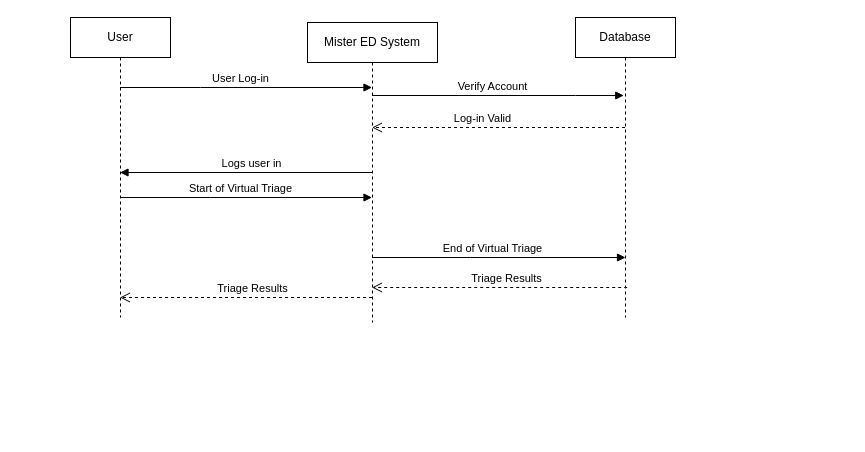
Before: Untitled Diagram.drawio in uvic-teach/project-m1-team8, a draw.io diagram. Source tidied: cells renumbered, new cells numbered last; positions are measured from the earlier drawing's top-left corner, leaving out a move shared by most shapes. Both pictures are drawn from the tidied source at 100%, with x=0, y=0 at pixel (56, 17).
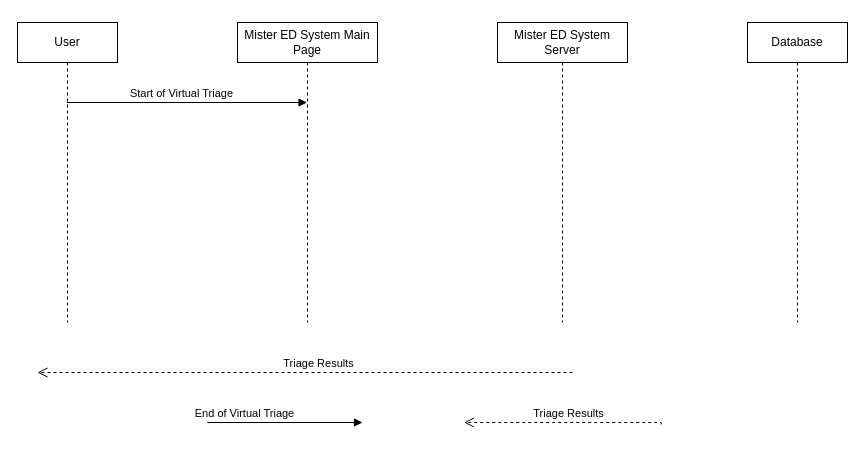
Above is the later version.

What changed in the source:
```diff
@@
-    <mxCell id="2" value="User Log-in" style="html=1;verticalAlign=bottom;endArrow=block;edgeStyle=elbowEdgeStyle;elbow=vertical;curved=0;rounded=0;" parent="1" edge="1" source="8" target="7">
-      <mxGeometry x="-0.05" relative="1" as="geometry">
-        <Array as="points">
-          <mxPoint x="144" y="70" />
-        </Array>
-      </mxGeometry>
-    </mxCell>
-    <mxCell id="3" value="Log-in Valid" style="html=1;verticalAlign=bottom;endArrow=open;dashed=1;endSize=8;edgeStyle=elbowEdgeStyle;elbow=vertical;curved=0;rounded=0;" parent="1" edge="1" source="9" target="7">
-      <mxGeometry x="0.13" relative="1" as="geometry">
-        <Array as="points">
-          <mxPoint x="514" y="110" />
-        </Array>
-      </mxGeometry>
-    </mxCell>
-    <mxCell id="4" value="Logs user in" style="html=1;verticalAlign=bottom;endArrow=block;edgeStyle=elbowEdgeStyle;elbow=vertical;curved=0;rounded=0;" parent="1" edge="1" source="7" target="8">
-      <mxGeometry x="-0.04" relative="1" as="geometry">
-        <Array as="points">
-          <mxPoint x="264" y="125" />
-        </Array>
-      </mxGeometry>
-    </mxCell>
-    <mxCell id="5" value="Triage Results" style="html=1;verticalAlign=bottom;endArrow=open;dashed=1;endSize=8;edgeStyle=elbowEdgeStyle;elbow=vertical;curved=0;rounded=0;exitX=0.517;exitY=0.9;exitDx=0;exitDy=0;exitPerimeter=0;" parent="1" edge="1" source="9" target="7">
+    <mxCell id="5" value="Triage Results" style="html=1;verticalAlign=bottom;endArrow=open;dashed=1;endSize=8;edgeStyle=elbowEdgeStyle;elbow=vertical;curved=0;rounded=0;exitX=0.517;exitY=0.9;exitDx=0;exitDy=0;exitPerimeter=0;" parent="1" edge="1">
       <mxGeometry x="-0.05" relative="1" as="geometry">
+        <mxPoint x="604.7" y="407" as="sourcePoint" />
+        <mxPoint x="407.5" y="405" as="targetPoint" />
         <Array as="points">
-          <mxPoint x="349" y="270" />
-          <mxPoint x="219" y="310" />
+          <mxPoint x="271" y="405" />
+          <mxPoint x="141" y="445" />
         </Array>
       </mxGeometry>
     </mxCell>
-    <mxCell id="6" value="Start of Virtual Triage" style="html=1;verticalAlign=bottom;endArrow=block;edgeStyle=elbowEdgeStyle;elbow=vertical;curved=0;rounded=0;" parent="1" edge="1" source="8" target="7">
+    <mxCell id="6" value="Start of Virtual Triage" style="html=1;verticalAlign=bottom;endArrow=block;edgeStyle=elbowEdgeStyle;elbow=vertical;curved=0;rounded=0;" parent="1" edge="1" source="8" target="13">
       <mxGeometry x="-0.05" relative="1" as="geometry">
         <Array as="points">
-          <mxPoint x="154" y="180" />
+          <mxPoint x="81.5" y="85" />
         </Array>
       </mxGeometry>
     </mxCell>
-    <mxCell id="7" value="Mister ED System" style="shape=umlLifeline;perimeter=lifelinePerimeter;whiteSpace=wrap;html=1;outlineConnect=0;portConstraint=eastwest;newEdgeStyle={&quot;edgeStyle&quot;:&quot;elbowEdgeStyle&quot;,&quot;elbow&quot;:&quot;vertical&quot;,&quot;curved&quot;:0,&quot;rounded&quot;:0};" parent="1" vertex="1">
-      <mxGeometry x="251" y="5" width="130" height="300" as="geometry" />
+    <mxCell id="7" value="Mister ED System Server" style="shape=umlLifeline;perimeter=lifelinePerimeter;whiteSpace=wrap;html=1;outlineConnect=0;portConstraint=eastwest;newEdgeStyle={&quot;edgeStyle&quot;:&quot;elbowEdgeStyle&quot;,&quot;elbow&quot;:&quot;vertical&quot;,&quot;curved&quot;:0,&quot;rounded&quot;:0};" parent="1" vertex="1">
+      <mxGeometry x="441" y="5" width="130" height="300" as="geometry" />
     </mxCell>
     <mxCell id="8" value="User" style="shape=umlLifeline;perimeter=lifelinePerimeter;whiteSpace=wrap;html=1;outlineConnect=0;portConstraint=eastwest;newEdgeStyle={&quot;edgeStyle&quot;:&quot;elbowEdgeStyle&quot;,&quot;elbow&quot;:&quot;vertical&quot;,&quot;curved&quot;:0,&quot;rounded&quot;:0};" parent="1" vertex="1">
-      <mxGeometry x="14" width="100" height="300" as="geometry" />
+      <mxGeometry x="-39" y="5" width="100" height="300" as="geometry" />
     </mxCell>
     <mxCell id="9" value="Database" style="shape=umlLifeline;perimeter=lifelinePerimeter;whiteSpace=wrap;html=1;outlineConnect=0;portConstraint=eastwest;newEdgeStyle={&quot;edgeStyle&quot;:&quot;elbowEdgeStyle&quot;,&quot;elbow&quot;:&quot;vertical&quot;,&quot;curved&quot;:0,&quot;rounded&quot;:0};" parent="1" vertex="1">
-      <mxGeometry x="519" width="100" height="300" as="geometry" />
+      <mxGeometry x="691" y="5" width="100" height="300" as="geometry" />
     </mxCell>
-    <mxCell id="10" value="Verify Account" style="html=1;verticalAlign=bottom;endArrow=block;edgeStyle=elbowEdgeStyle;elbow=vertical;curved=0;rounded=0;entryX=0.483;entryY=0.26;entryDx=0;entryDy=0;entryPerimeter=0;" parent="1" edge="1" source="7" target="9">
-      <mxGeometry x="-0.05" relative="1" as="geometry">
-        <Array as="points">
-          <mxPoint x="519" y="78" />
-        </Array>
-      </mxGeometry>
-    </mxCell>
-    <mxCell id="11" value="End of Virtual Triage" style="html=1;verticalAlign=bottom;endArrow=block;edgeStyle=elbowEdgeStyle;elbow=vertical;curved=0;rounded=0;" parent="1" edge="1" source="7">
+    <mxCell id="11" value="End of Virtual Triage" style="html=1;verticalAlign=bottom;endArrow=block;edgeStyle=elbowEdgeStyle;elbow=vertical;curved=0;rounded=0;" parent="1" edge="1">
       <mxGeometry x="-0.05" relative="1" as="geometry">
-        <mxPoint x="569" y="240" as="targetPoint" />
+        <mxPoint x="222.5" y="405" as="sourcePoint" />
+        <mxPoint x="306" y="405" as="targetPoint" />
         <Array as="points">
-          <mxPoint x="414" y="240" />
+          <mxPoint x="151" y="405" />
         </Array>
       </mxGeometry>
     </mxCell>
-    <mxCell id="12" value="Triage Results" style="html=1;verticalAlign=bottom;endArrow=open;dashed=1;endSize=8;edgeStyle=elbowEdgeStyle;elbow=vertical;curved=0;rounded=0;" parent="1" edge="1" source="7" target="8">
+    <mxCell id="12" value="Triage Results" style="html=1;verticalAlign=bottom;endArrow=open;dashed=1;endSize=8;edgeStyle=elbowEdgeStyle;elbow=vertical;curved=0;rounded=0;" parent="1" edge="1">
       <mxGeometry x="-0.05" relative="1" as="geometry">
+        <mxPoint x="516" y="355" as="sourcePoint" />
+        <mxPoint x="-19" y="355" as="targetPoint" />
         <Array as="points">
-          <mxPoint x="130" y="280" />
-          <mxPoint y="320" />
+          <mxPoint x="160.5" y="355" />
+          <mxPoint x="30.5" y="395" />
         </Array>
       </mxGeometry>
     </mxCell>
+    <mxCell id="13" value="Mister ED System Main Page" style="shape=umlLifeline;perimeter=lifelinePerimeter;whiteSpace=wrap;html=1;outlineConnect=0;portConstraint=eastwest;newEdgeStyle={&quot;edgeStyle&quot;:&quot;elbowEdgeStyle&quot;,&quot;elbow&quot;:&quot;vertical&quot;,&quot;curved&quot;:0,&quot;rounded&quot;:0};" parent="1" vertex="1">
+      <mxGeometry x="181" y="5" width="140" height="300" as="geometry" />
+    </mxCell>
```
